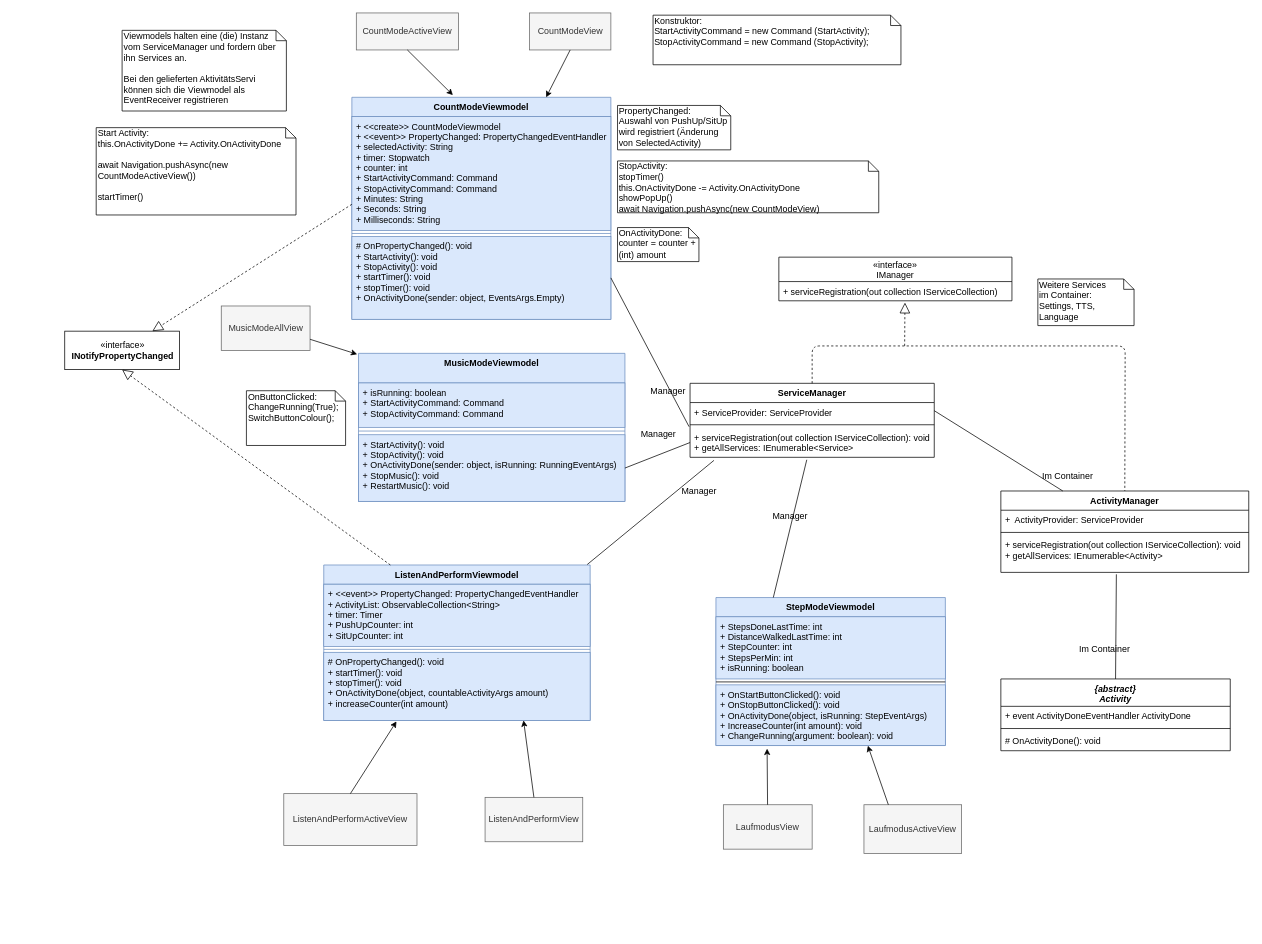
This is Entwurf/WeitereViewmodels.drawio from vlle1/dokumente-earablesKIT, a draw.io file, before an edit. Source tidied: cells renumbered, new cells numbered last; positions are measured from the earlier drawing's top-left corner, leaving out a move shared by most shapes. Both pictures are drawn from the tidied source at 74%, with x=0, y=0 at pixel (64, 13).
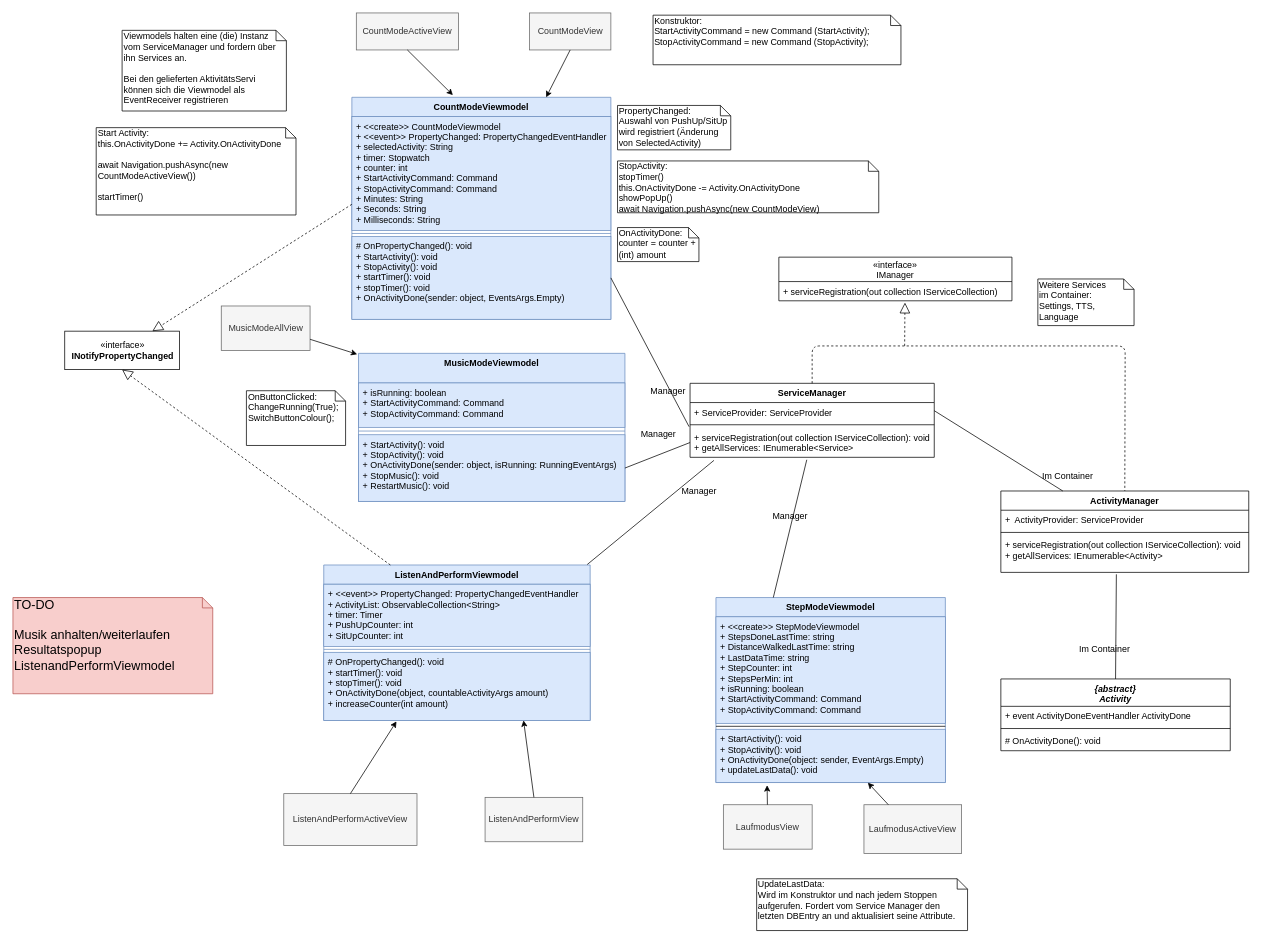
After the change.

Commit message:
Viewmodels Laufmodus Musikmodus fertig gestellt

Change to the diagram source:
```diff
@@
     <mxCell id="41" value="StepModeViewmodel" style="swimlane;fontStyle=1;align=center;verticalAlign=top;horizontal=1;startSize=26;fillColor=#dae8fc;strokeColor=#6c8ebf;" parent="1" vertex="1">
-      <mxGeometry x="880" y="790" width="310" height="200" as="geometry" />
+      <mxGeometry x="880" y="790" width="310" height="250" as="geometry" />
     </mxCell>
-    <mxCell id="42" value="+ StepsDoneLastTime: int&#10;+ DistanceWalkedLastTime: int&#10;+ StepCounter: int&#10;+ StepsPerMin: int&#10;+ isRunning: boolean" style="text;strokeColor=#6c8ebf;fillColor=#dae8fc;align=left;verticalAlign=top;spacingLeft=4;spacingRight=4;overflow=hidden;" parent="41" vertex="1">
-      <mxGeometry y="26" width="310" height="84" as="geometry" />
+    <mxCell id="42" value="+ &lt;&lt;create&gt;&gt; StepModeViewmodel&#10;+ StepsDoneLastTime: string&#10;+ DistanceWalkedLastTime: string&#10;+ LastDataTime: string&#10;+ StepCounter: int&#10;+ StepsPerMin: int&#10;+ isRunning: boolean&#10;+ StartActivityCommand: Command&#10;+ StopActivityCommand: Command" style="text;strokeColor=#6c8ebf;fillColor=#dae8fc;align=left;verticalAlign=top;spacingLeft=4;spacingRight=4;overflow=hidden;" parent="41" vertex="1">
+      <mxGeometry y="26" width="310" height="144" as="geometry" />
     </mxCell>
     <mxCell id="43" style="line;strokeWidth=1;fillColor=none;align=left;verticalAlign=middle;spacingTop=-1;spacingLeft=3;spacingRight=3;labelPosition=right;" parent="41" vertex="1">
-      <mxGeometry y="110" width="310" height="8" as="geometry" />
+      <mxGeometry y="170" width="310" height="8" as="geometry" />
     </mxCell>
-    <mxCell id="44" value="+ OnStartButtonClicked(): void&#10;+ OnStopButtonClicked(): void&#10;+ OnActivityDone(object, isRunning: StepEventArgs)&#10;+ IncreaseCounter(int amount): void&#10;+ ChangeRunning(argument: boolean): void&#10;" style="text;strokeColor=#6c8ebf;fillColor=#dae8fc;align=left;verticalAlign=top;spacingLeft=4;spacingRight=4;overflow=hidden;points=[[0,0.5],[1,0.5]];portConstraint=eastwest;" parent="41" vertex="1">
-      <mxGeometry y="118" width="310" height="82" as="geometry" />
+    <mxCell id="44" value="+ StartActivity(): void&#10;+ StopActivity(): void&#10;+ OnActivityDone(object: sender, EventArgs.Empty)&#10;+ updateLastData(): void&#10;" style="text;strokeColor=#6c8ebf;fillColor=#dae8fc;align=left;verticalAlign=top;spacingLeft=4;spacingRight=4;overflow=hidden;points=[[0,0.5],[1,0.5]];portConstraint=eastwest;" parent="41" vertex="1">
+      <mxGeometry y="178" width="310" height="72" as="geometry" />
     </mxCell>
@@
+    <mxCell id="71" value="UpdateLastData:&lt;br&gt;Wird im Konstruktor und nach jedem Stoppen aufgerufen. Fordert vom Service Manager den letzten DBEntry an und aktualisiert seine Attribute." style="shape=note;whiteSpace=wrap;html=1;size=14;verticalAlign=top;align=left;spacingTop=-6;" parent="1" vertex="1">
+      <mxGeometry x="935" y="1170" width="285" height="70" as="geometry" />
+    </mxCell>
+    <mxCell id="72" value="&lt;font style=&quot;font-size: 17px&quot;&gt;TO-DO&lt;br&gt;&lt;br&gt;Musik anhalten/weiterlaufen&lt;br&gt;Resultatspopup&lt;br&gt;ListenandPerformViewmodel&lt;/font&gt;" style="shape=note;whiteSpace=wrap;html=1;size=14;verticalAlign=top;align=left;spacingTop=-6;fillColor=#f8cecc;strokeColor=#b85450;" parent="1" vertex="1">
+      <mxGeometry x="-70" y="790" width="270" height="130" as="geometry" />
+    </mxCell>
```
